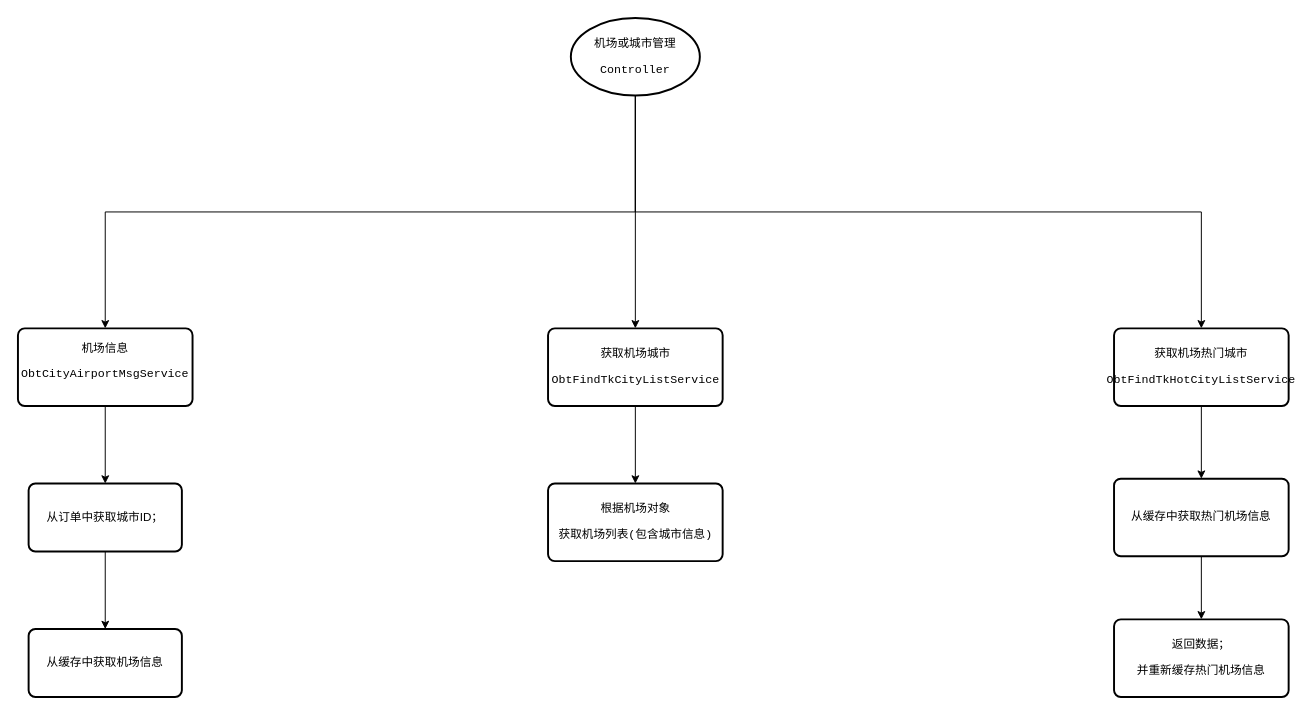
This is SpringStudy/flow/test.drawio from fd159951/imitate, a draw.io file, before an edit. Source tidied: cells renumbered, new cells numbered last; positions are measured from the earlier drawing's top-left corner, leaving out a move shared by most shapes. Both pictures are drawn from the tidied source at 97%, with x=0, y=0 at pixel (17, 17).
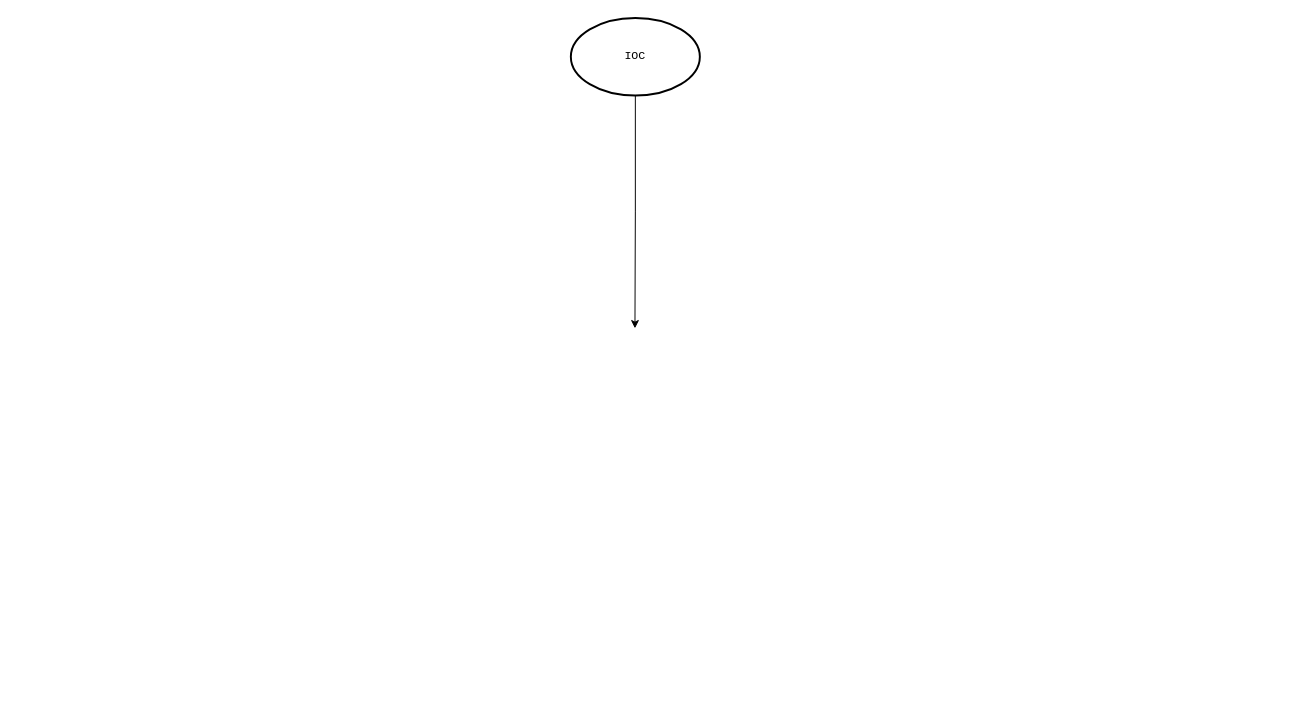
After the change.

What changed in the source:
```diff
@@
 <mxGraphModel>
   <root>
     <mxCell id="0" />
     <mxCell id="1" parent="0" />
-    <mxCell id="2" style="edgeStyle=orthogonalEdgeStyle;rounded=0;jettySize=auto;html=1;exitX=0.5;exitY=1;exitDx=0;exitDy=0;exitPerimeter=0;" parent="1" edge="1" source="5" target="12">
-      <mxGeometry relative="1" as="geometry" />
+    <mxCell id="2" style="edgeStyle=orthogonalEdgeStyle;rounded=0;jettySize=auto;html=1;exitX=0.5;exitY=1;exitDx=0;exitDy=0;exitPerimeter=0;" parent="1" edge="1" source="5">
+      <mxGeometry relative="1" as="geometry">
+        <mxPoint x="636.1" y="320" as="targetPoint" />
+      </mxGeometry>
     </mxCell>
-    <mxCell id="3" style="edgeStyle=orthogonalEdgeStyle;rounded=0;jettySize=auto;html=1;exitX=0.5;exitY=1;exitDx=0;exitDy=0;exitPerimeter=0;" parent="1" edge="1" source="5" target="7">
-      <mxGeometry relative="1" as="geometry" />
-    </mxCell>
-    <mxCell id="4" style="edgeStyle=orthogonalEdgeStyle;rounded=0;jettySize=auto;html=1;exitX=0.5;exitY=1;exitDx=0;exitDy=0;exitPerimeter=0;" parent="1" edge="1" source="5" target="18">
-      <mxGeometry relative="1" as="geometry" />
-    </mxCell>
-    <mxCell id="5" value="&lt;pre&gt;机场或城市管理&lt;/pre&gt;&lt;pre&gt;&lt;span&gt;Controller&lt;/span&gt;&lt;/pre&gt;" style="strokeWidth=2;html=1;shape=mxgraph.flowchart.start_1;whiteSpace=wrap;" parent="1" vertex="1">
+    <mxCell id="5" value="&lt;pre&gt;IOC&lt;/pre&gt;" style="strokeWidth=2;html=1;shape=mxgraph.flowchart.start_1;whiteSpace=wrap;" parent="1" vertex="1">
       <mxGeometry x="570" width="133" height="80" as="geometry" />
     </mxCell>
-    <mxCell id="6" style="edgeStyle=orthogonalEdgeStyle;rounded=0;jettySize=auto;html=1;" parent="1" edge="1" source="7" target="9">
-      <mxGeometry relative="1" as="geometry" />
-    </mxCell>
-    <mxCell id="7" value="机场信息&lt;br&gt;&lt;pre&gt;ObtCityAirportMsgService&lt;/pre&gt;" style="rounded=1;whiteSpace=wrap;html=1;absoluteArcSize=1;arcSize=14;strokeWidth=2;" parent="1" vertex="1">
-      <mxGeometry y="320" width="180" height="80" as="geometry" />
-    </mxCell>
-    <mxCell id="8" style="edgeStyle=orthogonalEdgeStyle;rounded=0;jettySize=auto;html=1;" parent="1" edge="1" source="9" target="10">
-      <mxGeometry relative="1" as="geometry" />
-    </mxCell>
-    <mxCell id="9" value="从订单中获取城市ID；&lt;br&gt;" style="rounded=1;whiteSpace=wrap;html=1;absoluteArcSize=1;arcSize=14;strokeWidth=2;" parent="1" vertex="1">
-      <mxGeometry x="11" y="480" width="158" height="70" as="geometry" />
-    </mxCell>
-    <mxCell id="10" value="从缓存中获取机场信息" style="rounded=1;whiteSpace=wrap;html=1;absoluteArcSize=1;arcSize=14;strokeWidth=2;" parent="1" vertex="1">
-      <mxGeometry x="11" y="630" width="158" height="70" as="geometry" />
-    </mxCell>
-    <mxCell id="11" style="edgeStyle=orthogonalEdgeStyle;rounded=0;jettySize=auto;html=1;" parent="1" edge="1" source="12" target="13">
-      <mxGeometry relative="1" as="geometry" />
-    </mxCell>
-    <mxCell id="12" value="&lt;pre&gt;&lt;span&gt;获取机场城市&lt;/span&gt;&lt;/pre&gt;&lt;pre&gt;&lt;pre&gt;ObtFindTkCityListService&lt;/pre&gt;&lt;/pre&gt;" style="rounded=1;whiteSpace=wrap;html=1;absoluteArcSize=1;arcSize=14;strokeWidth=2;" parent="1" vertex="1">
-      <mxGeometry x="546.5" y="320" width="180" height="80" as="geometry" />
-    </mxCell>
-    <mxCell id="13" value="&lt;pre&gt;&lt;pre&gt;&lt;span&gt;根据机场对象&lt;/span&gt;&lt;/pre&gt;&lt;pre&gt;&lt;span&gt;获取机场列表&lt;/span&gt;&lt;span&gt;(&lt;/span&gt;&lt;span&gt;包含城市信息&lt;/span&gt;&lt;span&gt;)&lt;/span&gt;&lt;/pre&gt;&lt;/pre&gt;" style="rounded=1;whiteSpace=wrap;html=1;absoluteArcSize=1;arcSize=14;strokeWidth=2;" parent="1" vertex="1">
-      <mxGeometry x="546.5" y="480" width="180" height="80" as="geometry" />
-    </mxCell>
-    <mxCell id="14" style="edgeStyle=orthogonalEdgeStyle;rounded=0;jettySize=auto;html=1;" parent="1" edge="1" source="15" target="16">
-      <mxGeometry relative="1" as="geometry" />
-    </mxCell>
-    <mxCell id="15" value="&lt;pre&gt;从缓存中获取热门机场信息&lt;/pre&gt;" style="rounded=1;whiteSpace=wrap;html=1;absoluteArcSize=1;arcSize=14;strokeWidth=2;" parent="1" vertex="1">
-      <mxGeometry x="1130" y="475" width="180" height="80" as="geometry" />
-    </mxCell>
-    <mxCell id="16" value="&lt;pre&gt;返回数据；&lt;/pre&gt;&lt;pre&gt;并重新缓存热门机场信息&lt;/pre&gt;" style="rounded=1;whiteSpace=wrap;html=1;absoluteArcSize=1;arcSize=14;strokeWidth=2;" parent="1" vertex="1">
-      <mxGeometry x="1130" y="620" width="180" height="80" as="geometry" />
-    </mxCell>
-    <mxCell id="17" style="edgeStyle=orthogonalEdgeStyle;rounded=0;jettySize=auto;html=1;" parent="1" edge="1" source="18" target="15">
-      <mxGeometry relative="1" as="geometry" />
-    </mxCell>
-    <mxCell id="18" value="&lt;pre&gt;&lt;span&gt;获取机场热门城市&lt;/span&gt;&lt;/pre&gt;&lt;pre&gt;&lt;pre&gt;ObtFindTkHotCityListService&lt;/pre&gt;&lt;/pre&gt;" style="rounded=1;whiteSpace=wrap;html=1;absoluteArcSize=1;arcSize=14;strokeWidth=2;" parent="1" vertex="1">
-      <mxGeometry x="1130" y="320" width="180" height="80" as="geometry" />
-    </mxCell>
   </root>
 </mxGraphModel>
```
